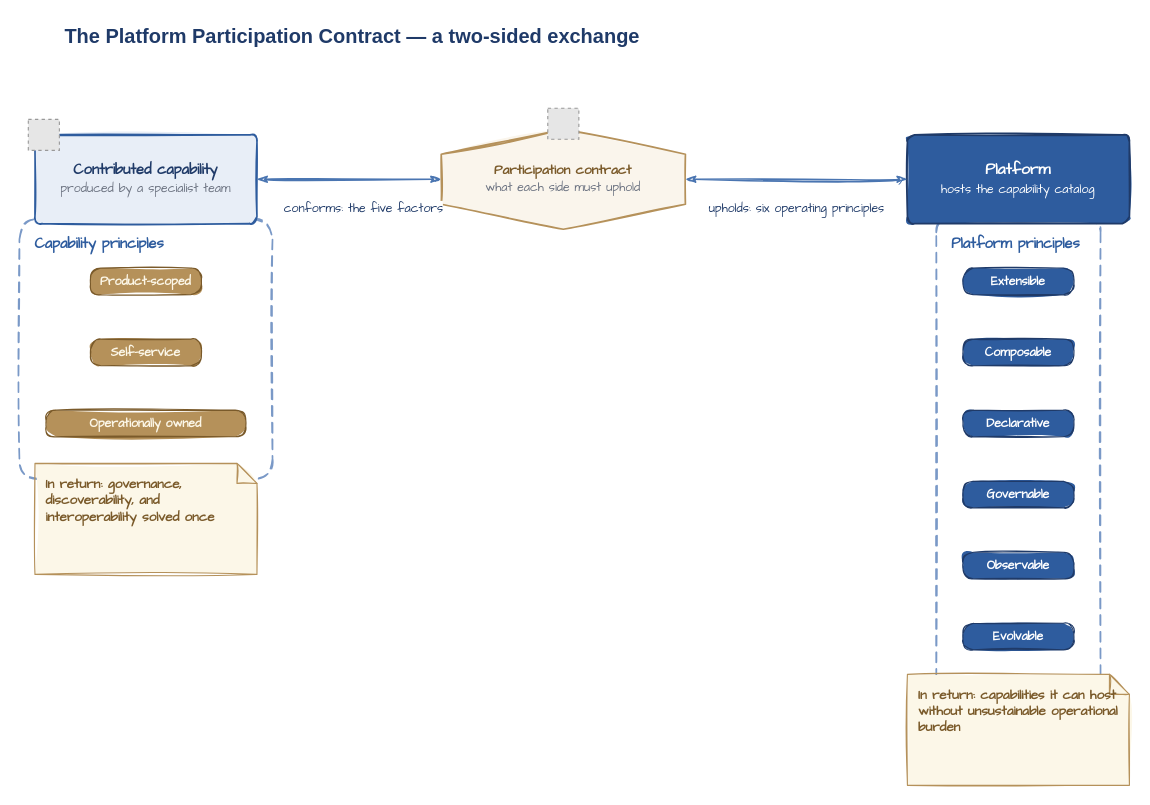
The draw.io diagram diagrams/participation-contract.drawio in missBerg/platform-capabilities, before the edit. Source tidied: cells renumbered, new cells numbered last; positions are measured from the earlier drawing's top-left corner, leaving out a move shared by most shapes. Both pictures are drawn from the tidied source at 111%, with x=0, y=0 at pixel (19, 19). Pictures stored in the file or linked from it are replaced by grey dashed boxes.
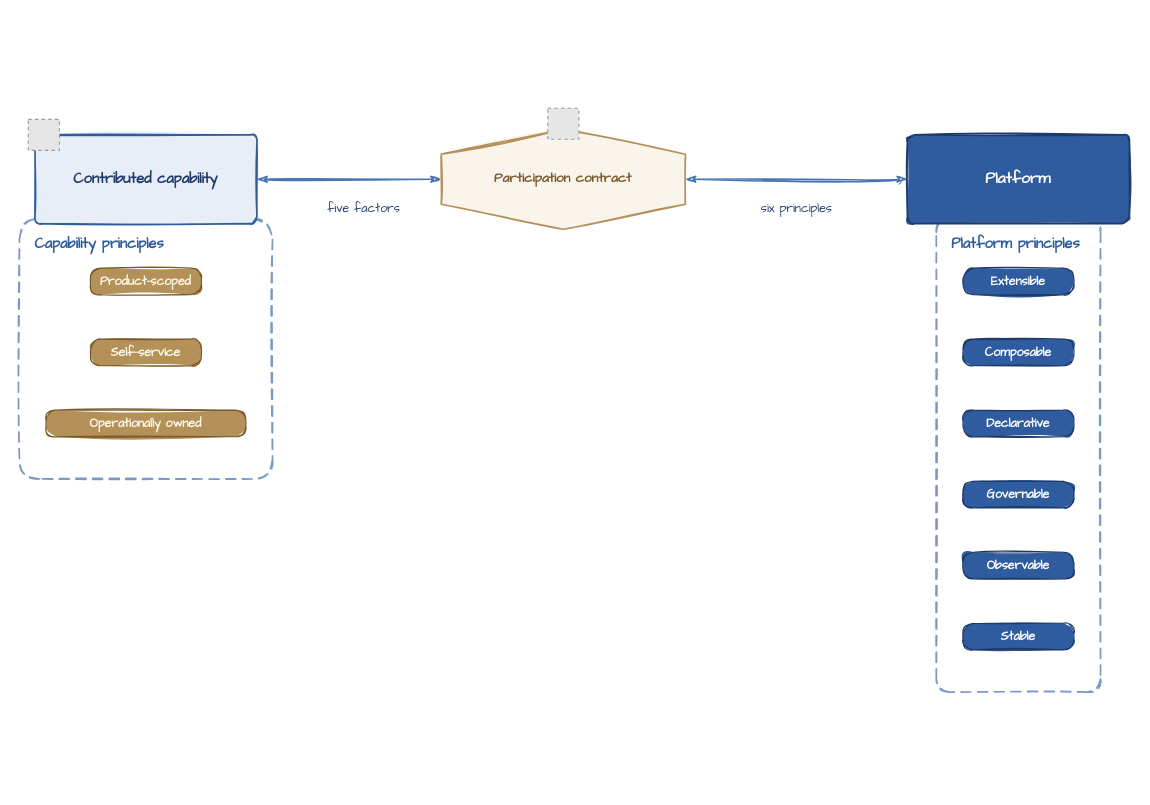
Above is the later version.

What changed in the source:
```diff
@@
-    <mxCell id="2" value="The Platform Participation Contract — a two-sided exchange" style="text;html=1;align=left;verticalAlign=middle;whiteSpace=wrap;rounded=0;fontColor=#1F3A68;fontFamily=Helvetica;fontSize=18;fontStyle=1;spacingLeft=4;" parent="1" vertex="1">
-      <mxGeometry x="35" width="910" height="32" as="geometry" />
-    </mxCell>
@@
-    <mxCell id="5" value="&lt;b&gt;Contributed capability&lt;/b&gt;&lt;br&gt;&lt;font style=&quot;font-size: 11px&quot; color=&quot;#6B7280&quot;&gt;produced by a specialist team&lt;/font&gt;" style="rounded=1;whiteSpace=wrap;html=1;arcSize=8;fillColor=#E8EEF7;strokeColor=#2E5C9E;strokeWidth=1.5;fontColor=#1F3A68;fontFamily=Comic Sans MS;fontSize=13;align=center;verticalAlign=middle;shadow=0;sketch=1;fillStyle=solid;" parent="1" vertex="1">
+    <mxCell id="5" value="&lt;b&gt;Contributed capability&lt;/b&gt;" style="rounded=1;whiteSpace=wrap;html=1;arcSize=8;fillColor=#E8EEF7;strokeColor=#2E5C9E;strokeWidth=1.5;fontColor=#1F3A68;fontFamily=Comic Sans MS;fontSize=13;align=center;verticalAlign=middle;shadow=0;sketch=1;fillStyle=solid;" parent="1" vertex="1">
       <mxGeometry x="14" y="104" width="200" height="80" as="geometry" />
     </mxCell>
@@
-    <mxCell id="10" value="&lt;b&gt;In return: governance, discoverability, and interoperability solved once&lt;/b&gt;" style="shape=note;whiteSpace=wrap;html=1;backgroundOutline=1;fillColor=#FCF7E8;strokeColor=#B5915A;strokeWidth=1;fontColor=#7A5A2A;fontFamily=Comic Sans MS;fontSize=12;align=left;verticalAlign=top;spacingLeft=8;spacingTop=6;spacingRight=8;shadow=0;size=18;sketch=1;fillStyle=solid;" parent="1" vertex="1">
-      <mxGeometry x="14" y="400" width="200" height="100" as="geometry" />
-    </mxCell>
-    <mxCell id="11" value="&lt;b&gt;Participation contract&lt;/b&gt;&lt;br&gt;&lt;font style=&quot;font-size: 11px&quot; color=&quot;#6B7280&quot;&gt;what each side must uphold&lt;/font&gt;" style="shape=hexagon;perimeter=hexagonPerimeter2;direction=north;whiteSpace=wrap;html=1;fillColor=#FAF5EC;strokeColor=#B5915A;strokeWidth=1.5;fontColor=#7A5A2A;fontFamily=Comic Sans MS;fontSize=12;align=center;verticalAlign=middle;shadow=0;sketch=1;fillStyle=solid;" parent="1" vertex="1">
+    <mxCell id="11" value="&lt;b&gt;Participation contract&lt;/b&gt;" style="shape=hexagon;perimeter=hexagonPerimeter2;direction=north;whiteSpace=wrap;html=1;fillColor=#FAF5EC;strokeColor=#B5915A;strokeWidth=1.5;fontColor=#7A5A2A;fontFamily=Comic Sans MS;fontSize=12;align=center;verticalAlign=middle;shadow=0;sketch=1;fillStyle=solid;" parent="1" vertex="1">
       <mxGeometry x="380" y="99" width="220" height="90" as="geometry" />
     </mxCell>
@@
-    <mxCell id="13" value="&lt;font style=&quot;color: rgb(255, 255, 255);&quot;&gt;&lt;b&gt;Platform&lt;/b&gt;&lt;br&gt;&lt;font style=&quot;font-size: 11px;&quot;&gt;hosts the capability catalog&lt;/font&gt;&lt;/font&gt;" style="rounded=1;whiteSpace=wrap;html=1;arcSize=8;fillColor=#2E5C9E;strokeColor=#1F3A68;strokeWidth=1.5;fontColor=#FFFFFF;fontFamily=Comic Sans MS;fontSize=14;align=center;verticalAlign=middle;shadow=0;sketch=1;fillStyle=solid;" parent="1" vertex="1">
+    <mxCell id="13" value="&lt;font style=&quot;color: rgb(255, 255, 255);&quot;&gt;&lt;b&gt;Platform&lt;/b&gt;" style="rounded=1;whiteSpace=wrap;html=1;arcSize=8;fillColor=#2E5C9E;strokeColor=#1F3A68;strokeWidth=1.5;fontColor=#FFFFFF;fontFamily=Comic Sans MS;fontSize=14;align=center;verticalAlign=middle;shadow=0;sketch=1;fillStyle=solid;" parent="1" vertex="1">
       <mxGeometry x="800" y="104" width="200" height="80" as="geometry" />
     </mxCell>
@@
-    <mxCell id="19" value="Evolvable" style="rounded=1;whiteSpace=wrap;html=1;arcSize=40;fillColor=#2E5C9E;strokeColor=#1F3A68;strokeWidth=1;fontColor=#FFFFFF;fontFamily=Comic Sans MS;fontSize=11;fontStyle=1;align=center;verticalAlign=middle;shadow=0;sketch=1;fillStyle=solid;" parent="1" vertex="1">
+    <mxCell id="19" value="Stable" style="rounded=1;whiteSpace=wrap;html=1;arcSize=40;fillColor=#2E5C9E;strokeColor=#1F3A68;strokeWidth=1;fontColor=#FFFFFF;fontFamily=Comic Sans MS;fontSize=11;fontStyle=1;align=center;verticalAlign=middle;shadow=0;sketch=1;fillStyle=solid;" parent="1" vertex="1">
       <mxGeometry x="850" y="544" width="100" height="24" as="geometry" />
     </mxCell>
-    <mxCell id="20" value="&lt;b&gt;In return: capabilities it can host without unsustainable operational burden&lt;/b&gt;" style="shape=note;whiteSpace=wrap;html=1;backgroundOutline=1;fillColor=#FCF7E8;strokeColor=#B5915A;strokeWidth=1;fontColor=#7A5A2A;fontFamily=Comic Sans MS;fontSize=12;align=left;verticalAlign=top;spacingLeft=8;spacingTop=6;spacingRight=8;shadow=0;size=18;sketch=1;fillStyle=solid;" parent="1" vertex="1">
-      <mxGeometry x="800" y="590" width="200" height="100" as="geometry" />
-    </mxCell>
-    <mxCell id="21" value="conforms: the five factors" style="edgeStyle=orthogonalEdgeStyle;endArrow=classicThin;startArrow=classicThin;html=1;rounded=0;strokeColor=#4A75B1;strokeWidth=1.5;fontColor=#1F3A68;fontFamily=Comic Sans MS;fontSize=11;sketch=1;sketch=1;curveFitting=1;jiggle=2;curved=1;" parent="1" edge="1" source="5" target="11">
+    <mxCell id="21" value="five factors" style="edgeStyle=orthogonalEdgeStyle;endArrow=classicThin;startArrow=classicThin;html=1;rounded=0;strokeColor=#4A75B1;strokeWidth=1.5;fontColor=#1F3A68;fontFamily=Comic Sans MS;fontSize=11;sketch=1;sketch=1;curveFitting=1;jiggle=2;curved=1;" parent="1" edge="1" source="5" target="11">
       <mxGeometry x="0.15" y="-26" relative="1" as="geometry">
         <mxPoint x="1" as="offset" />
       </mxGeometry>
     </mxCell>
-    <mxCell id="22" value="upholds: six operating principles" style="edgeStyle=orthogonalEdgeStyle;endArrow=classicThin;startArrow=classicThin;html=1;rounded=0;strokeColor=#4A75B1;strokeWidth=1.5;fontColor=#1F3A68;fontFamily=Comic Sans MS;fontSize=11;sketch=1;sketch=1;curveFitting=1;jiggle=2;curved=1;" parent="1" edge="1" source="13" target="11">
+    <mxCell id="22" value="six principles" style="edgeStyle=orthogonalEdgeStyle;endArrow=classicThin;startArrow=classicThin;html=1;rounded=0;strokeColor=#4A75B1;strokeWidth=1.5;fontColor=#1F3A68;fontFamily=Comic Sans MS;fontSize=11;sketch=1;sketch=1;curveFitting=1;jiggle=2;curved=1;" parent="1" edge="1" source="13" target="11">
       <mxGeometry y="26" relative="1" as="geometry" />
     </mxCell>
```
